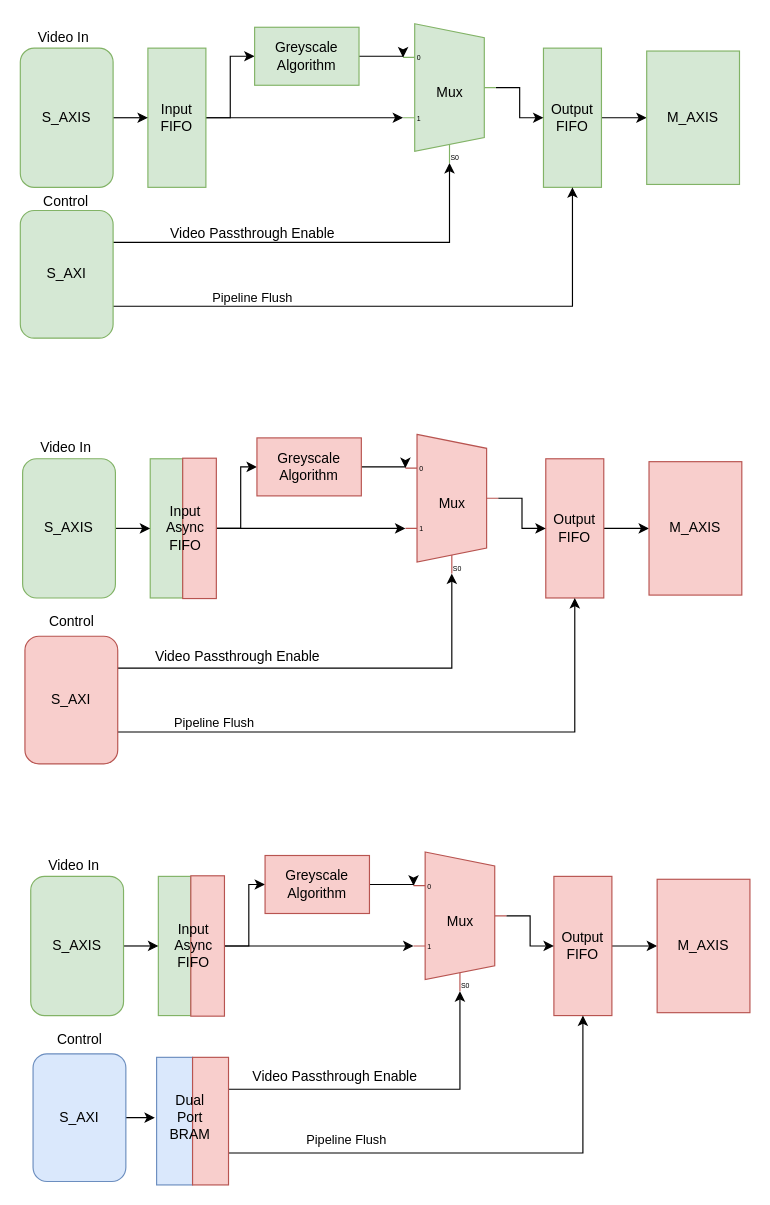
Above: docs/greyscale/greyscale.drawio in georgeyhere/aimbot (draw.io), before the change. Source tidied: cells renumbered, new cells numbered last; positions are measured from the earlier drawing's top-left corner, leaving out a move shared by most shapes. Both pictures are drawn from the tidied source at 116%, with x=0, y=0 at pixel (20, 20).
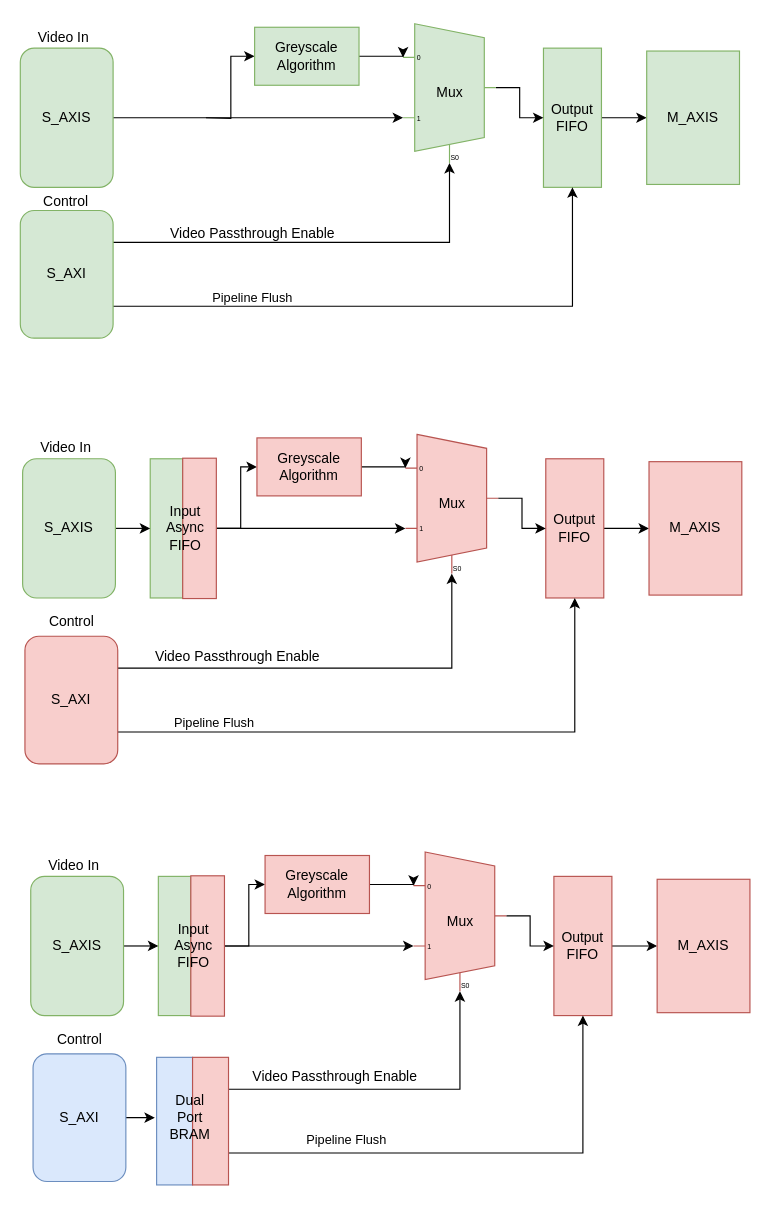
The same diagram, later.

The change refers to these unchanged cells:
```xml
<mxCell id="6" value="S_AXIS" style="rounded=1;whiteSpace=wrap;html=1;fillColor=#d5e8d4;strokeColor=#82b366;" parent="1" vertex="1">
  <mxGeometry y="24" width="80" height="120" as="geometry" />
</mxCell>
<mxCell id="10" value="Greyscale&lt;br&gt;Algorithm" style="rounded=0;whiteSpace=wrap;html=1;fillColor=#d5e8d4;strokeColor=#82b366;" parent="1" vertex="1">
  <mxGeometry x="202" y="6" width="90" height="50" as="geometry" />
</mxCell>
<mxCell id="17" value="Mux" style="shadow=0;dashed=0;align=center;html=1;strokeWidth=1;shape=mxgraph.electrical.abstract.mux2;fillColor=#d5e8d4;strokeColor=#82b366;" parent="1" vertex="1">
  <mxGeometry x="330" y="3" width="80" height="120" as="geometry" />
</mxCell>
```

What changed in the source:
```diff
@@
-    <mxCell id="2" style="edgeStyle=orthogonalEdgeStyle;rounded=0;jettySize=auto;html=1;exitX=1;exitY=0.5;exitDx=0;exitDy=0;entryX=0;entryY=0.65;entryDx=0;entryDy=3;entryPerimeter=0;" parent="1" edge="1" source="4" target="17">
+    <mxCell id="2" style="edgeStyle=orthogonalEdgeStyle;rounded=0;jettySize=auto;html=1;exitX=1;exitY=0.5;exitDx=0;exitDy=0;entryX=0;entryY=0.65;entryDx=0;entryDy=3;entryPerimeter=0;" parent="1" edge="1" source="6" target="17">
       <mxGeometry relative="1" as="geometry" />
     </mxCell>
-    <mxCell id="3" style="edgeStyle=orthogonalEdgeStyle;rounded=0;jettySize=auto;html=1;exitX=1;exitY=0.5;exitDx=0;exitDy=0;entryX=0;entryY=0.5;entryDx=0;entryDy=0;" parent="1" edge="1" source="4" target="10">
-      <mxGeometry relative="1" as="geometry" />
+    <mxCell id="3" style="edgeStyle=orthogonalEdgeStyle;rounded=0;jettySize=auto;html=1;exitX=1;exitY=0.5;exitDx=0;exitDy=0;entryX=0;entryY=0.5;entryDx=0;entryDy=0;" parent="1" edge="1" target="10">
+      <mxGeometry relative="1" as="geometry">
+        <mxPoint x="160" y="84" as="sourcePoint" />
+      </mxGeometry>
     </mxCell>
-    <mxCell id="4" value="Input FIFO" style="rounded=0;whiteSpace=wrap;html=1;fillColor=#d5e8d4;strokeColor=#82b366;" parent="1" vertex="1">
-      <mxGeometry x="110" y="24" width="50" height="120" as="geometry" />
-    </mxCell>
-    <mxCell id="5" style="edgeStyle=orthogonalEdgeStyle;rounded=0;jettySize=auto;html=1;exitX=1;exitY=0.5;exitDx=0;exitDy=0;entryX=0;entryY=0.5;entryDx=0;entryDy=0;" parent="1" edge="1" source="6" target="4">
-      <mxGeometry relative="1" as="geometry" />
-    </mxCell>
```
